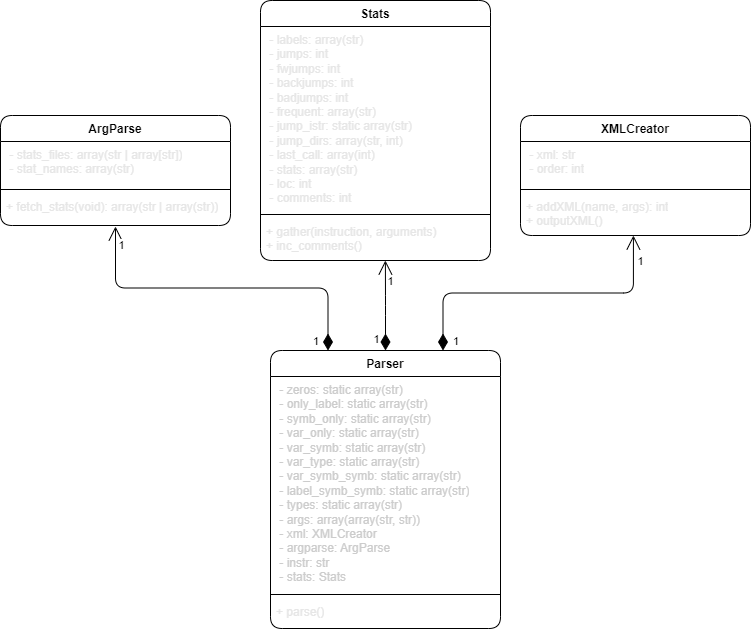
jkalend/VUT-IPP keeps this draw.io diagram as IPP1_UML.drawio.png. Above is the earlier version. Source tidied: cells renumbered, new cells last; positions are measured from the earlier drawing's top-left corner, leaving out a move shared by most shapes.
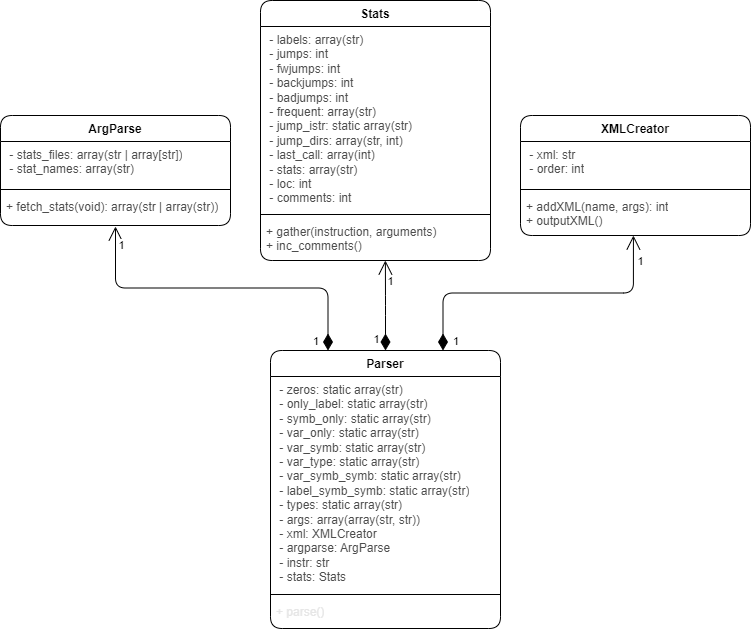
Above is the later version.

Change to the diagram source:
```diff
@@ -5,43 +5,43 @@
     <mxCell id="2" value="ArgParse" style="swimlane;fontStyle=1;align=center;verticalAlign=top;horizontal=1;startSize=26;whiteSpace=wrap;html=1;rounded=1;" parent="1" vertex="1">
       <mxGeometry y="115" width="230" height="110" as="geometry" />
     </mxCell>
-    <mxCell id="3" value="&amp;nbsp;- stats_files: array(str | array[str])&lt;br&gt;&amp;nbsp;- stat_names&lt;span style=&quot;background-color: initial;&quot;&gt;: array(str)&lt;/span&gt;" style="text;strokeColor=none;fillColor=none;align=left;verticalAlign=top;spacingLeft=4;spacingRight=4;overflow=hidden;whiteSpace=wrap;html=1;fontColor=#E6E6E6;rounded=1;" parent="2" vertex="1">
+    <mxCell id="3" value="&amp;nbsp;- stats_files: array(str | array[str])&lt;br&gt;&amp;nbsp;- stat_names&lt;span style=&quot;background-color: initial;&quot;&gt;: array(str)&lt;/span&gt;" style="text;strokeColor=none;fillColor=none;align=left;verticalAlign=top;spacingLeft=4;spacingRight=4;overflow=hidden;whiteSpace=wrap;html=1;fontColor=#4D4D4D;rounded=1;" parent="2" vertex="1">
       <mxGeometry y="26" width="230" height="44" as="geometry" />
     </mxCell>
     <mxCell id="4" style="line;strokeWidth=1;fillColor=none;align=left;verticalAlign=middle;spacingTop=-1;spacingLeft=3;spacingRight=3;labelPosition=right;strokeColor=inherit;rounded=1;" parent="2" vertex="1">
       <mxGeometry y="70" width="230" height="8" as="geometry" />
     </mxCell>
-    <mxCell id="5" value="+ fetch_stats(void): array(str | array(str))" style="text;strokeColor=none;fillColor=none;align=left;verticalAlign=top;spacingLeft=4;spacingRight=4;overflow=hidden;points=[[0,0.5],[1,0.5]];portConstraint=eastwest;whiteSpace=wrap;html=1;fontColor=#E6E6E6;rounded=1;" parent="2" vertex="1">
+    <mxCell id="5" value="+ fetch_stats(void): array(str | array(str))" style="text;strokeColor=none;fillColor=none;align=left;verticalAlign=top;spacingLeft=4;spacingRight=4;overflow=hidden;points=[[0,0.5],[1,0.5]];portConstraint=eastwest;whiteSpace=wrap;html=1;fontColor=#4D4D4D;rounded=1;" parent="2" vertex="1">
       <mxGeometry y="78" width="230" height="32" as="geometry" />
     </mxCell>
     <mxCell id="6" value="XMLCreator" style="swimlane;fontStyle=1;align=center;verticalAlign=top;horizontal=1;startSize=26;whiteSpace=wrap;html=1;rounded=1;" parent="1" vertex="1">
       <mxGeometry x="520" y="115" width="230" height="120" as="geometry" />
     </mxCell>
-    <mxCell id="7" value="&amp;nbsp;- xml: str&lt;br&gt;&amp;nbsp;- order&lt;span style=&quot;background-color: initial;&quot;&gt;: int&lt;/span&gt;" style="text;strokeColor=none;fillColor=none;align=left;verticalAlign=top;spacingLeft=4;spacingRight=4;overflow=hidden;whiteSpace=wrap;html=1;fontColor=#E6E6E6;rounded=1;" parent="6" vertex="1">
+    <mxCell id="7" value="&amp;nbsp;- xml: str&lt;br&gt;&amp;nbsp;- order&lt;span style=&quot;background-color: initial;&quot;&gt;: int&lt;/span&gt;" style="text;strokeColor=none;fillColor=none;align=left;verticalAlign=top;spacingLeft=4;spacingRight=4;overflow=hidden;whiteSpace=wrap;html=1;fontColor=#4D4D4D;rounded=1;" parent="6" vertex="1">
       <mxGeometry y="26" width="230" height="44" as="geometry" />
     </mxCell>
     <mxCell id="8" style="line;strokeWidth=1;fillColor=none;align=left;verticalAlign=middle;spacingTop=-1;spacingLeft=3;spacingRight=3;labelPosition=right;strokeColor=inherit;rounded=1;" parent="6" vertex="1">
       <mxGeometry y="70" width="230" height="8" as="geometry" />
     </mxCell>
-    <mxCell id="9" value="+ addXML(name, args): int&lt;br&gt;+ outputXML()" style="text;strokeColor=none;fillColor=none;align=left;verticalAlign=top;spacingLeft=4;spacingRight=4;overflow=hidden;points=[[0,0.5],[1,0.5]];portConstraint=eastwest;whiteSpace=wrap;html=1;fontColor=#E6E6E6;rounded=1;" parent="6" vertex="1">
+    <mxCell id="9" value="+ addXML(name, args): int&lt;br&gt;+ outputXML()" style="text;strokeColor=none;fillColor=none;align=left;verticalAlign=top;spacingLeft=4;spacingRight=4;overflow=hidden;points=[[0,0.5],[1,0.5]];portConstraint=eastwest;whiteSpace=wrap;html=1;fontColor=#4D4D4D;rounded=1;" parent="6" vertex="1">
       <mxGeometry y="78" width="230" height="42" as="geometry" />
     </mxCell>
     <mxCell id="10" value="Stats" style="swimlane;fontStyle=1;align=center;verticalAlign=top;horizontal=1;startSize=26;whiteSpace=wrap;html=1;rounded=1;" parent="1" vertex="1">
       <mxGeometry x="260" width="230" height="260" as="geometry" />
     </mxCell>
-    <mxCell id="11" value="&amp;nbsp;- labels: array(str)&lt;br&gt;&amp;nbsp;- jumps&lt;span style=&quot;background-color: initial;&quot;&gt;: int&lt;br&gt;&amp;nbsp;- fwjumps: int&lt;br&gt;&amp;nbsp;- backjumps: int&lt;br&gt;&amp;nbsp;- badjumps: int&lt;br&gt;&amp;nbsp;- frequent: array(str)&lt;br&gt;&amp;nbsp;- jump_istr: static array(str)&lt;br&gt;&amp;nbsp;- jump_dirs: array(str, int)&lt;br&gt;&amp;nbsp;- last_call: array(int)&lt;br&gt;&amp;nbsp;- stats: array(str)&lt;br&gt;&amp;nbsp;- loc: int&lt;br&gt;&amp;nbsp;- comments: int&lt;br&gt;&lt;/span&gt;" style="text;strokeColor=none;fillColor=none;align=left;verticalAlign=top;spacingLeft=4;spacingRight=4;overflow=hidden;whiteSpace=wrap;html=1;fontColor=#E6E6E6;rounded=1;" parent="10" vertex="1">
+    <mxCell id="11" value="&amp;nbsp;- labels: array(str)&lt;br&gt;&amp;nbsp;- jumps&lt;span style=&quot;background-color: initial;&quot;&gt;: int&lt;br&gt;&amp;nbsp;- fwjumps: int&lt;br&gt;&amp;nbsp;- backjumps: int&lt;br&gt;&amp;nbsp;- badjumps: int&lt;br&gt;&amp;nbsp;- frequent: array(str)&lt;br&gt;&amp;nbsp;- jump_istr: static array(str)&lt;br&gt;&amp;nbsp;- jump_dirs: array(str, int)&lt;br&gt;&amp;nbsp;- last_call: array(int)&lt;br&gt;&amp;nbsp;- stats: array(str)&lt;br&gt;&amp;nbsp;- loc: int&lt;br&gt;&amp;nbsp;- comments: int&lt;br&gt;&lt;/span&gt;" style="text;strokeColor=none;fillColor=none;align=left;verticalAlign=top;spacingLeft=4;spacingRight=4;overflow=hidden;whiteSpace=wrap;html=1;fontColor=#4D4D4D;rounded=1;" parent="10" vertex="1">
       <mxGeometry y="26" width="230" height="184" as="geometry" />
     </mxCell>
     <mxCell id="12" style="line;strokeWidth=1;fillColor=none;align=left;verticalAlign=middle;spacingTop=-1;spacingLeft=3;spacingRight=3;labelPosition=right;strokeColor=inherit;rounded=1;" parent="10" vertex="1">
       <mxGeometry y="210" width="230" height="8" as="geometry" />
     </mxCell>
-    <mxCell id="13" value="+ gather(instruction, arguments)&amp;nbsp;&lt;br&gt;+ inc_comments()" style="text;strokeColor=none;fillColor=none;align=left;verticalAlign=top;spacingLeft=4;spacingRight=4;overflow=hidden;points=[[0,0.5],[1,0.5]];portConstraint=eastwest;whiteSpace=wrap;html=1;fontColor=#E6E6E6;rounded=1;" parent="10" vertex="1">
+    <mxCell id="13" value="+ gather(instruction, arguments)&amp;nbsp;&lt;br&gt;+ inc_comments()" style="text;strokeColor=none;fillColor=none;align=left;verticalAlign=top;spacingLeft=4;spacingRight=4;overflow=hidden;points=[[0,0.5],[1,0.5]];portConstraint=eastwest;whiteSpace=wrap;html=1;fontColor=#4D4D4D;rounded=1;" parent="10" vertex="1">
       <mxGeometry y="218" width="230" height="42" as="geometry" />
     </mxCell>
     <mxCell id="14" value="Parser" style="swimlane;fontStyle=1;align=center;verticalAlign=top;horizontal=1;startSize=26;whiteSpace=wrap;html=1;rounded=1;" parent="1" vertex="1">
       <mxGeometry x="270" y="350" width="230" height="278" as="geometry" />
     </mxCell>
-    <mxCell id="15" value="&amp;nbsp;- zeros: static array(str)&lt;br&gt;&amp;nbsp;- only_label: static array(str)&lt;br&gt;&amp;nbsp;- symb_only: static array(str)&lt;br&gt;&amp;nbsp;- var_only: static array(str)&lt;br&gt;&amp;nbsp;- var_symb: static array(str)&lt;br&gt;&amp;nbsp;- var_type: static array(str)&lt;br&gt;&amp;nbsp;- var_symb_symb: static array(str)&lt;br&gt;&amp;nbsp;- label_symb_symb: static array(str)&lt;br&gt;&amp;nbsp;- types: static array(str)&lt;span style=&quot;background-color: initial;&quot;&gt;&lt;br&gt;&amp;nbsp;- args: array(array(str, str))&lt;br&gt;&amp;nbsp;- xml: XMLCreator&lt;br&gt;&amp;nbsp;- argparse: ArgParse&lt;br&gt;&amp;nbsp;- instr: str&lt;br&gt;&amp;nbsp;- stats: Stats&lt;br&gt;&lt;/span&gt;" style="text;strokeColor=none;fillColor=none;align=left;verticalAlign=top;spacingLeft=4;spacingRight=4;overflow=hidden;whiteSpace=wrap;html=1;fontColor=#CCCCCC;rounded=1;" parent="14" vertex="1">
+    <mxCell id="15" value="&amp;nbsp;- zeros: static array(str)&lt;br&gt;&amp;nbsp;- only_label: static array(str)&lt;br&gt;&amp;nbsp;- symb_only: static array(str)&lt;br&gt;&amp;nbsp;- var_only: static array(str)&lt;br&gt;&amp;nbsp;- var_symb: static array(str)&lt;br&gt;&amp;nbsp;- var_type: static array(str)&lt;br&gt;&amp;nbsp;- var_symb_symb: static array(str)&lt;br&gt;&amp;nbsp;- label_symb_symb: static array(str)&lt;br&gt;&amp;nbsp;- types: static array(str)&lt;span style=&quot;background-color: initial;&quot;&gt;&lt;br&gt;&amp;nbsp;- args: array(array(str, str))&lt;br&gt;&amp;nbsp;- xml: XMLCreator&lt;br&gt;&amp;nbsp;- argparse: ArgParse&lt;br&gt;&amp;nbsp;- instr: str&lt;br&gt;&amp;nbsp;- stats: Stats&lt;br&gt;&lt;/span&gt;" style="text;strokeColor=none;fillColor=none;align=left;verticalAlign=top;spacingLeft=4;spacingRight=4;overflow=hidden;whiteSpace=wrap;html=1;fontColor=#4D4D4D;rounded=1;" parent="14" vertex="1">
       <mxGeometry y="26" width="230" height="214" as="geometry" />
     </mxCell>
     <mxCell id="16" style="line;strokeWidth=1;fillColor=none;align=left;verticalAlign=middle;spacingTop=-1;spacingLeft=3;spacingRight=3;labelPosition=right;strokeColor=inherit;rounded=1;" parent="14" vertex="1">
```
